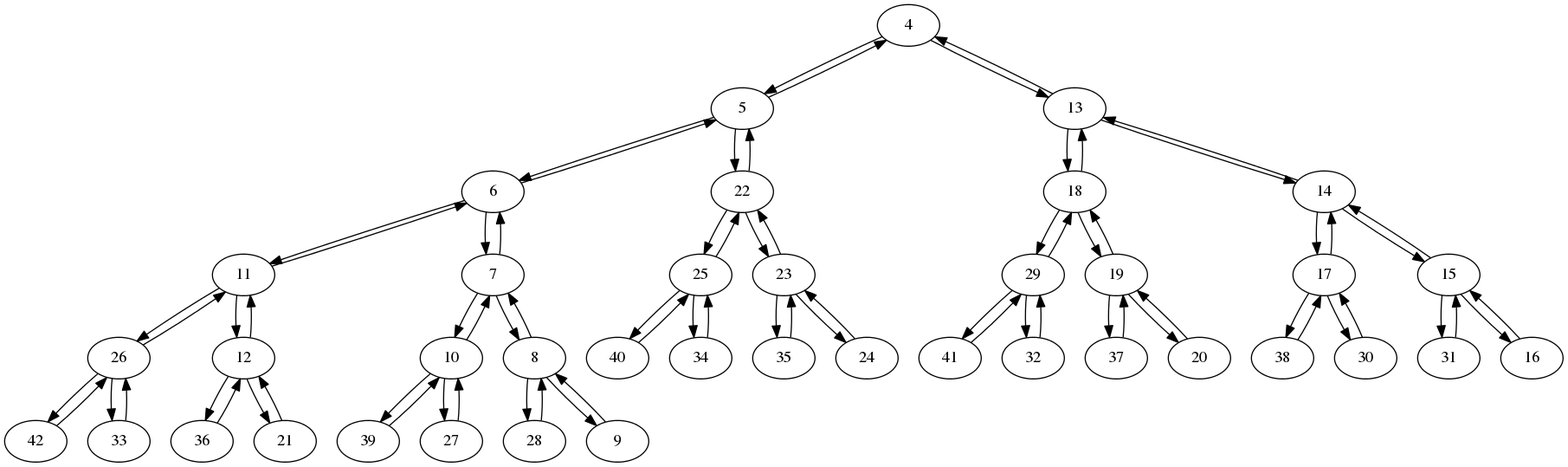
Above: project1/graph.png in madsravn/datastructures (Graphviz), before the change. Its source is kept beside it as project1/graph.dot.
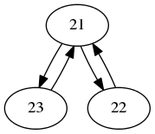
Above is the later version.

What changed in the source:
```diff
@@ -1,80 +1,8 @@
 digraph G {
 
-4 -> 5
-5 -> 6
-6 -> 11
-11 -> 26
-26 -> 42
-42 -> 26
-26 -> 33
-33 -> 26
-26 -> 11
-11 -> 12
-12 -> 36
-36 -> 12
-12 -> 21
-21 -> 12
-12 -> 11
-11 -> 6
-6 -> 7
-7 -> 10
-10 -> 39
-39 -> 10
-10 -> 27
-27 -> 10
-10 -> 7
-7 -> 8
-8 -> 28
-28 -> 8
-8 -> 9
-9 -> 8
-8 -> 7
-7 -> 6
-6 -> 5
-5 -> 22
-22 -> 25
-25 -> 40
-40 -> 25
-25 -> 34
-34 -> 25
-25 -> 22
-22 -> 23
-23 -> 35
-35 -> 23
-23 -> 24
-24 -> 23
-23 -> 22
-22 -> 5
-5 -> 4
-4 -> 13
-13 -> 18
-18 -> 29
-29 -> 41
-41 -> 29
-29 -> 32
-32 -> 29
-29 -> 18
-18 -> 19
-19 -> 37
-37 -> 19
-19 -> 20
-20 -> 19
-19 -> 18
-18 -> 13
-13 -> 14
-14 -> 17
-17 -> 38
-38 -> 17
-17 -> 30
-30 -> 17
-17 -> 14
-14 -> 15
-15 -> 31
-31 -> 15
-15 -> 16
-16 -> 15
-15 -> 14
-14 -> 13
-13 -> 4
+21 -> 23
+23 -> 21
+21 -> 22
+22 -> 21
 
 }
```
